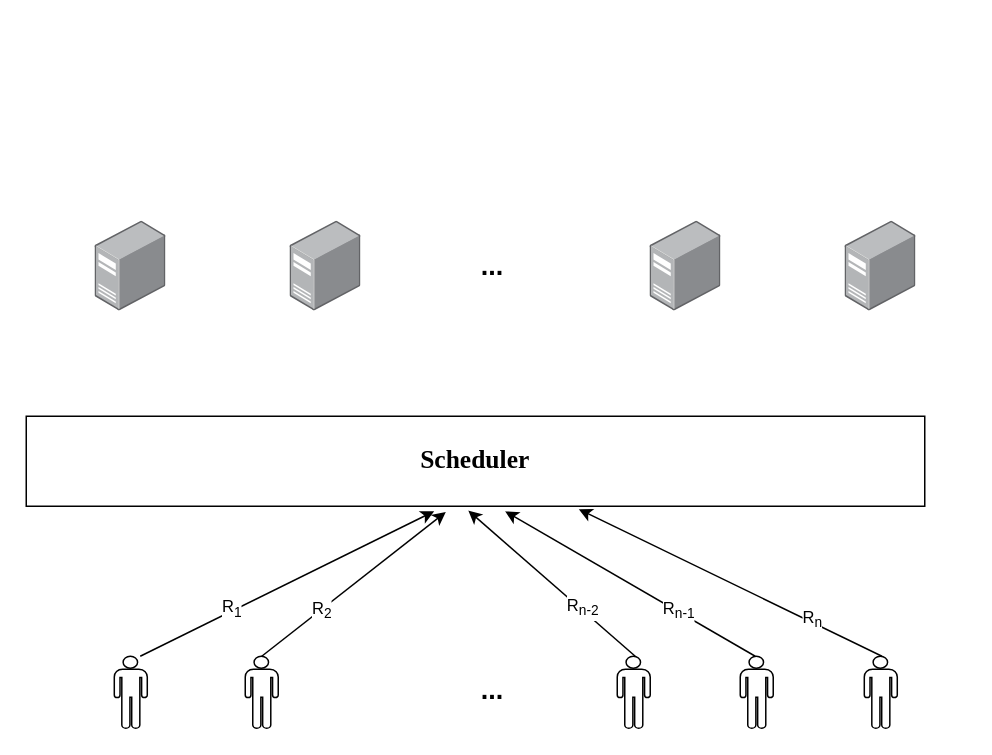
DCLe-DA/Learning-DL-by-Hand keeps this draw.io diagram as transfer_cost.drawio. Above is the earlier version. Source tidied: cells renumbered, new cells numbered last; positions are measured from the earlier drawing's top-left corner, leaving out a move shared by most shapes. Both pictures are drawn from the tidied source at 150%, with x=0, y=0 at pixel (26, 220).
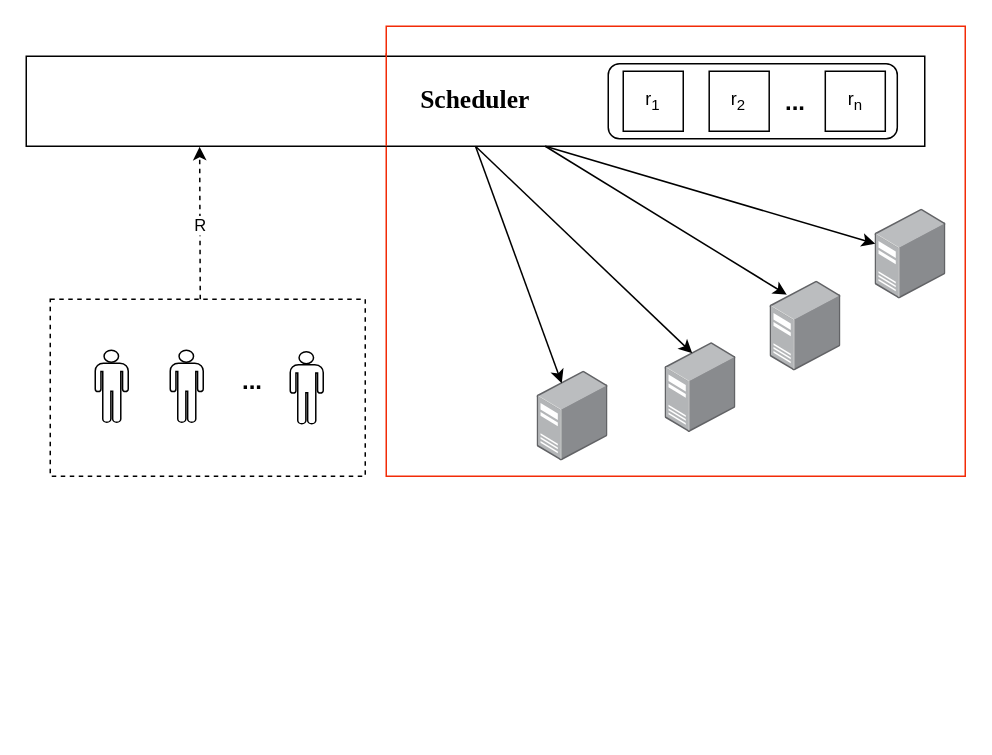
The same diagram, later.

What changed in the source:
```diff
@@
+    <mxCell id="24" style="rounded=0;whiteSpace=wrap;html=1;strokeColor=#f22b07;" parent="1" vertex="1">
+      <mxGeometry x="240" y="-130" width="386" height="300" as="geometry" />
+    </mxCell>
     <mxCell id="2" value="&lt;font size=&quot;1&quot; face=&quot;Times New Roman&quot; style=&quot;&quot;&gt;&lt;b style=&quot;font-size: 17px;&quot;&gt;Scheduler&lt;/b&gt;&lt;/font&gt;" style="rounded=0;whiteSpace=wrap;html=1;" parent="1" vertex="1">
-      <mxGeometry y="130" width="599" height="60" as="geometry" />
+      <mxGeometry y="-110" width="599" height="60" as="geometry" />
     </mxCell>
     <mxCell id="3" style="image;html=1;align=center;shadow=0;dashed=0;image=img/lib/allied_telesis/computer_and_terminals/Server_Desktop.svg;" parent="1" vertex="1">
-      <mxGeometry x="46" width="47.3" height="60" as="geometry" />
+      <mxGeometry x="426" y="81" width="47.3" height="60" as="geometry" />
     </mxCell>
     <mxCell id="4" style="image;html=1;align=center;shadow=0;dashed=0;image=img/lib/allied_telesis/computer_and_terminals/Server_Desktop.svg;" parent="1" vertex="1">
-      <mxGeometry x="176" width="47.3" height="60" as="geometry" />
+      <mxGeometry x="496" y="40" width="47.3" height="60" as="geometry" />
     </mxCell>
     <mxCell id="5" style="image;html=1;align=center;shadow=0;dashed=0;image=img/lib/allied_telesis/computer_and_terminals/Server_Desktop.svg;" parent="1" vertex="1">
-      <mxGeometry x="416" width="47.3" height="60" as="geometry" />
+      <mxGeometry x="340.7" y="100" width="47.3" height="60" as="geometry" />
     </mxCell>
     <mxCell id="6" style="image;points=[];html=1;align=center;shadow=0;dashed=0;image=img/lib/allied_telesis/computer_and_terminals/Server_Desktop.svg;" parent="1" vertex="1">
-      <mxGeometry x="546" width="47.3" height="60" as="geometry" />
+      <mxGeometry x="566" y="-8" width="47.3" height="60" as="geometry" />
     </mxCell>
-    <mxCell id="7" value="&lt;b&gt;&lt;font style=&quot;font-size: 18px;&quot;&gt;...&lt;/font&gt;&lt;/b&gt;" style="text;strokeColor=none;align=center;fillColor=none;html=1;verticalAlign=middle;whiteSpace=wrap;rounded=0;" parent="1" vertex="1">
-      <mxGeometry x="246" y="7.5" width="130" height="45" as="geometry" />
-    </mxCell>
+    <mxCell id="25" style="group;" parent="1" vertex="1">
+      <mxGeometry x="388" y="-105" width="192.7" height="50" as="geometry" />
+    </mxCell>
+    <mxCell id="26" style="rounded=1;whiteSpace=wrap;html=1;" parent="25" vertex="1">
+      <mxGeometry width="192.7" height="50" as="geometry" />
+    </mxCell>
+    <mxCell id="27" value="r&lt;sub&gt;1&lt;/sub&gt;" style="whiteSpace=wrap;html=1;" parent="25" vertex="1">
+      <mxGeometry x="10" y="5" width="40" height="40" as="geometry" />
+    </mxCell>
+    <mxCell id="28" value="r&lt;sub&gt;2&lt;/sub&gt;" style="whiteSpace=wrap;html=1;" parent="25" vertex="1">
+      <mxGeometry x="67.3" y="5" width="40" height="40" as="geometry" />
+    </mxCell>
+    <mxCell id="29" value="r&lt;sub&gt;n&lt;/sub&gt;" style="whiteSpace=wrap;html=1;" parent="25" vertex="1">
+      <mxGeometry x="144.7" y="5" width="40" height="40" as="geometry" />
+    </mxCell>
+    <mxCell id="30" value="&lt;b&gt;&lt;font style=&quot;font-size: 16px;&quot;&gt;...&lt;/font&gt;&lt;/b&gt;" style="text;strokeColor=none;align=center;fillColor=none;html=1;verticalAlign=middle;whiteSpace=wrap;rounded=0;" parent="25" vertex="1">
+      <mxGeometry x="104.7" y="18.8" width="40" height="12.5" as="geometry" />
+    </mxCell>
+    <mxCell id="31" style="group;" parent="1" vertex="1">
+      <mxGeometry x="16" y="52" width="210" height="118" as="geometry" />
+    </mxCell>
+    <mxCell id="32" style="rounded=0;whiteSpace=wrap;html=1;dashed=1;" parent="31" vertex="1">
+      <mxGeometry width="210" height="118" as="geometry" />
+    </mxCell>
-    <mxCell id="8" style="shape=mxgraph.signs.people.man_1;html=1;fillColor=none;strokeColor=default;verticalLabelPosition=bottom;verticalAlign=top;align=center;sketch=0;" parent="1" vertex="1">
-      <mxGeometry x="58.7" y="290" width="22" height="48" as="geometry" />
+    <mxCell id="8" style="shape=mxgraph.signs.people.man_1;html=1;fillColor=none;strokeColor=default;verticalLabelPosition=bottom;verticalAlign=top;align=center;sketch=0;" parent="31" vertex="1">
+      <mxGeometry x="30" y="34" width="22" height="48" as="geometry" />
     </mxCell>
-    <mxCell id="9" style="shape=mxgraph.signs.people.man_1;html=1;fillColor=none;strokeColor=default;verticalLabelPosition=bottom;verticalAlign=top;align=center;sketch=0;" parent="1" vertex="1">
-      <mxGeometry x="146" y="290" width="22" height="48" as="geometry" />
+    <mxCell id="9" style="shape=mxgraph.signs.people.man_1;html=1;fillColor=none;strokeColor=default;verticalLabelPosition=bottom;verticalAlign=top;align=center;sketch=0;" parent="31" vertex="1">
+      <mxGeometry x="160" y="35" width="22" height="48" as="geometry" />
     </mxCell>
-    <mxCell id="10" style="shape=mxgraph.signs.people.man_1;html=1;fillColor=none;strokeColor=default;verticalLabelPosition=bottom;verticalAlign=top;align=center;sketch=0;" parent="1" vertex="1">
-      <mxGeometry x="394" y="290" width="22" height="48" as="geometry" />
-    </mxCell>
-    <mxCell id="11" style="shape=mxgraph.signs.people.man_1;html=1;fillColor=none;strokeColor=default;verticalLabelPosition=bottom;verticalAlign=top;align=center;sketch=0;" parent="1" vertex="1">
-      <mxGeometry x="476" y="290" width="22" height="48" as="geometry" />
-    </mxCell>
-    <mxCell id="12" style="shape=mxgraph.signs.people.man_1;html=1;fillColor=none;strokeColor=default;verticalLabelPosition=bottom;verticalAlign=top;align=center;sketch=0;" parent="1" vertex="1">
-      <mxGeometry x="558.7" y="290" width="22" height="48" as="geometry" />
-    </mxCell>
-    <mxCell id="13" value="&lt;b&gt;&lt;font style=&quot;font-size: 18px;&quot;&gt;...&lt;/font&gt;&lt;/b&gt;" style="text;strokeColor=none;align=center;fillColor=none;html=1;verticalAlign=middle;whiteSpace=wrap;rounded=0;" parent="1" vertex="1">
-      <mxGeometry x="246" y="290" width="130" height="45" as="geometry" />
-    </mxCell>
-    <mxCell id="14" style="endArrow=classic;html=1;rounded=0;entryX=0.454;entryY=1.056;entryDx=0;entryDy=0;entryPerimeter=0;" parent="1" edge="1" target="2">
-      <mxGeometry relative="1" as="geometry">
-        <mxPoint x="76" y="290" as="sourcePoint" />
-      </mxGeometry>
-    </mxCell>
-    <mxCell id="15" value="R&lt;sub&gt;1&lt;/sub&gt;" style="edgeLabel;html=1;align=center;verticalAlign=middle;" parent="14" vertex="1">
-      <mxGeometry x="-0.38" y="2" relative="1" as="geometry" />
-    </mxCell>
-    <mxCell id="16" style="endArrow=classic;html=1;rounded=0;entryX=0.467;entryY=1.064;entryDx=0;entryDy=0;entryPerimeter=0;exitX=0.5;exitY=0;exitDx=0;exitDy=0;exitPerimeter=0;" parent="1" edge="1" source="9" target="2">
-      <mxGeometry relative="1" as="geometry" />
-    </mxCell>
-    <mxCell id="17" value="R&lt;sub&gt;2&lt;/sub&gt;" style="edgeLabel;html=1;align=center;verticalAlign=middle;" parent="16" vertex="1">
-      <mxGeometry x="-0.36" relative="1" as="geometry" />
-    </mxCell>
-    <mxCell id="18" style="endArrow=classic;html=1;rounded=0;entryX=0.533;entryY=1.056;entryDx=0;entryDy=0;entryPerimeter=0;" parent="1" edge="1" target="2">
-      <mxGeometry relative="1" as="geometry">
-        <mxPoint x="486" y="290" as="sourcePoint" />
-      </mxGeometry>
-    </mxCell>
-    <mxCell id="19" value="R&lt;sub&gt;n-1&lt;/sub&gt;" style="edgeLabel;html=1;align=center;verticalAlign=middle;" parent="18" vertex="1">
-      <mxGeometry x="-0.38" y="-1" relative="1" as="geometry" />
-    </mxCell>
-    <mxCell id="20" style="endArrow=classic;html=1;rounded=0;entryX=0.492;entryY=1.048;entryDx=0;entryDy=0;entryPerimeter=0;" parent="1" edge="1" target="2">
-      <mxGeometry relative="1" as="geometry">
-        <mxPoint x="406" y="290" as="sourcePoint" />
-      </mxGeometry>
-    </mxCell>
-    <mxCell id="21" value="R&lt;sub&gt;n-2&lt;/sub&gt;" style="edgeLabel;html=1;align=center;verticalAlign=middle;" parent="20" vertex="1">
-      <mxGeometry x="-0.35" y="-1" relative="1" as="geometry" />
-    </mxCell>
-    <mxCell id="22" style="endArrow=classic;html=1;rounded=0;entryX=0.615;entryY=1.033;entryDx=0;entryDy=0;entryPerimeter=0;" parent="1" edge="1" target="2">
-      <mxGeometry relative="1" as="geometry">
-        <mxPoint x="570.5" y="290" as="sourcePoint" />
-      </mxGeometry>
-    </mxCell>
-    <mxCell id="23" value="R&lt;sub&gt;n&lt;/sub&gt;" style="edgeLabel;html=1;align=center;verticalAlign=middle;" parent="22" vertex="1">
-      <mxGeometry x="-0.53" y="-2" relative="1" as="geometry" />
-    </mxCell>
+    <mxCell id="33" style="shape=mxgraph.signs.people.man_1;html=1;fillColor=none;strokeColor=default;verticalLabelPosition=bottom;verticalAlign=top;align=center;sketch=0;" parent="31" vertex="1">
+      <mxGeometry x="80" y="34" width="22" height="48" as="geometry" />
+    </mxCell>
+    <mxCell id="34" value="&lt;b&gt;&lt;font style=&quot;font-size: 16px;&quot;&gt;...&lt;/font&gt;&lt;/b&gt;" style="text;strokeColor=none;align=center;fillColor=none;html=1;verticalAlign=middle;whiteSpace=wrap;rounded=0;" parent="31" vertex="1">
+      <mxGeometry x="110" y="48" width="50" height="12.5" as="geometry" />
+    </mxCell>
+    <mxCell id="35" style="endArrow=classic;html=1;rounded=0;entryX=0.193;entryY=1.006;entryDx=0;entryDy=0;entryPerimeter=0;dashed=1;" parent="1" edge="1" target="2">
+      <mxGeometry relative="1" as="geometry">
+        <mxPoint x="116" y="52" as="sourcePoint" />
+      </mxGeometry>
+    </mxCell>
+    <mxCell id="36" value="R" style="edgeLabel;html=1;align=center;verticalAlign=middle;" parent="35" vertex="1">
+      <mxGeometry x="-0.02" relative="1" as="geometry" />
+    </mxCell>
+    <mxCell id="37" style="endArrow=classic;html=1;rounded=0;" parent="1" edge="1">
+      <mxGeometry relative="1" as="geometry">
+        <mxPoint x="346" y="-50" as="sourcePoint" />
+        <mxPoint x="507" y="49" as="targetPoint" />
+      </mxGeometry>
+    </mxCell>
+    <mxCell id="38" style="endArrow=classic;html=1;rounded=0;" parent="1" edge="1" target="6">
+      <mxGeometry relative="1" as="geometry">
+        <mxPoint x="346" y="-50" as="sourcePoint" />
+      </mxGeometry>
+    </mxCell>
+    <mxCell id="39" style="endArrow=classic;html=1;rounded=0;exitX=0.5;exitY=1;exitDx=0;exitDy=0;" parent="1" edge="1" source="2">
+      <mxGeometry relative="1" as="geometry">
+        <mxPoint x="357" y="108" as="targetPoint" />
+      </mxGeometry>
+    </mxCell>
+    <mxCell id="40" style="endArrow=classic;html=1;rounded=0;entryX=0.711;entryY=0.017;entryDx=0;entryDy=0;entryPerimeter=0;exitX=0.5;exitY=1;exitDx=0;exitDy=0;" parent="1" edge="1" source="2">
+      <mxGeometry relative="1" as="geometry">
+        <mxPoint x="444" y="88" as="targetPoint" />
+      </mxGeometry>
+    </mxCell>
+    <mxCell id="41" style="endArrow=none;html=1;rounded=0;strokeColor=#F22B07;" parent="1" edge="1">
+      <mxGeometry relative="1" as="geometry">
+        <mxPoint x="240" y="-50" as="sourcePoint" />
+        <mxPoint x="240" y="-112" as="targetPoint" />
+      </mxGeometry>
+    </mxCell>
```
